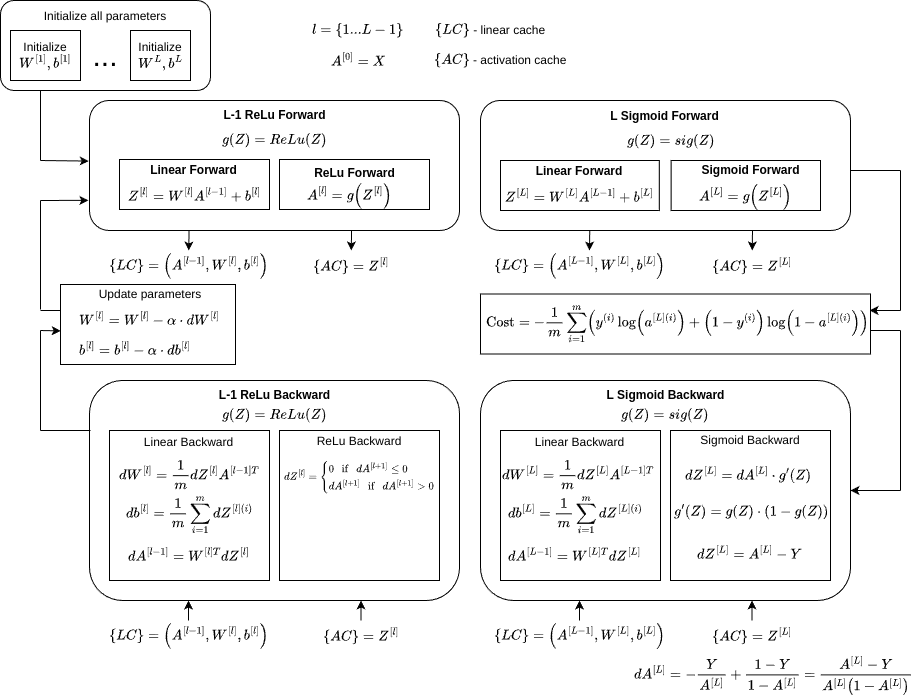
The draw.io diagram src/basic/images/deep_neural_network.png in denoming/cv-playground, before a commit. Source tidied: cells renumbered, new cells last; positions are measured from the earlier drawing's top-left corner, leaving out a move shared by most shapes.
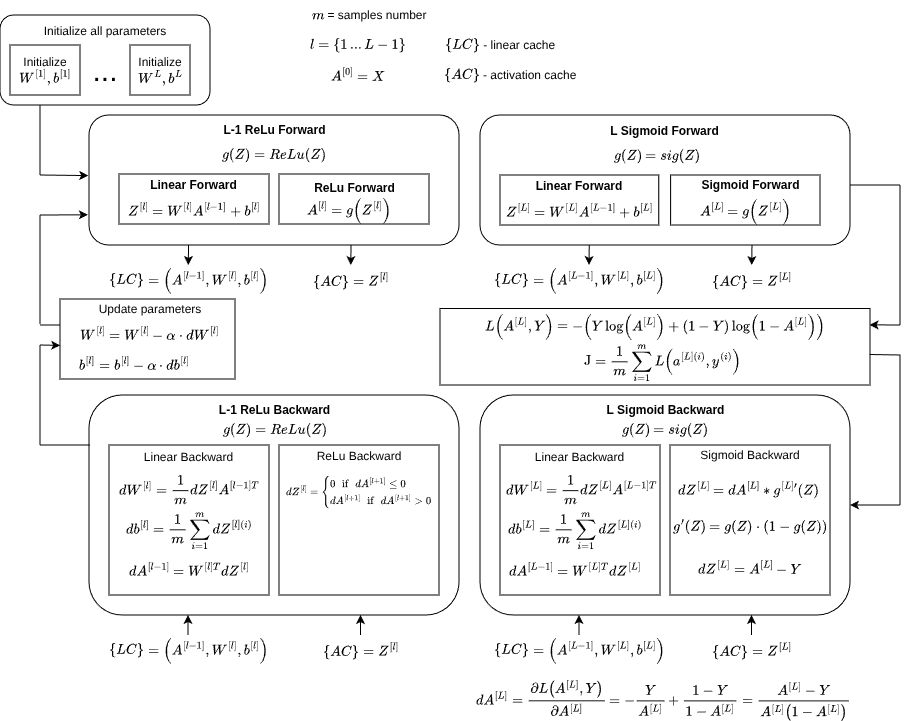
The same file after the commit.

Commit message:
chore: update deep NN scheme

Diff of the diagram source:
```diff
@@ -54,7 +54,7 @@
       <mxGeometry x="91.4" y="1" width="187.2" height="30" as="geometry" />
     </mxCell>
     <mxCell id="19" value="`g(Z)=sig(Z)`" style="text;html=1;align=center;verticalAlign=middle;whiteSpace=wrap;rounded=0;fontSize=12;" parent="8" vertex="1">
-      <mxGeometry x="157" y="26" width="67.3" height="30" as="geometry" />
+      <mxGeometry x="130" y="26" width="94.2" height="30" as="geometry" />
     </mxCell>
     <mxCell id="20" style="group;" parent="1" vertex="1">
       <mxGeometry x="89" y="100" width="370" height="130" as="geometry" />
@@ -87,7 +87,7 @@
       <mxGeometry x="101.5" width="167" height="30" as="geometry" />
     </mxCell>
     <mxCell id="30" value="`g(Z)=ReLu(Z)`" style="text;html=1;align=center;verticalAlign=middle;whiteSpace=wrap;rounded=0;fontSize=12;" parent="20" vertex="1">
-      <mxGeometry x="155" y="25" width="60" height="30" as="geometry" />
+      <mxGeometry x="130" y="25" width="110" height="30" as="geometry" />
     </mxCell>
     <mxCell id="31" value="`{LC} = (A^([L-1]), W^([L]), b^([L]))`" style="text;html=1;align=center;verticalAlign=middle;whiteSpace=wrap;rounded=0;" parent="1" vertex="1">
       <mxGeometry x="490" y="250" width="179" height="30" as="geometry" />
@@ -125,8 +125,8 @@
         <mxPoint x="751.5" y="600" as="targetPoint" />
       </mxGeometry>
     </mxCell>
-    <mxCell id="39" value="`dA^([L])=-Y/(A^([L]))+(1-Y)/(1-A^([L]))=(A^([L])-Y)/(A^([L])(1 - A^([L]))`" style="text;html=1;align=center;verticalAlign=middle;whiteSpace=wrap;rounded=0;" parent="1" vertex="1">
-      <mxGeometry x="667" y="660" width="213" height="30" as="geometry" />
+    <mxCell id="39" value="`dA^([L]) = (del L(A^([L]),Y)) / (del A^([L])) =-Y/(A^([L]))+(1-Y)/(1-A^([L]))=(A^([L])-Y)/(A^([L])(1 - A^([L]))`" style="text;html=1;align=center;verticalAlign=middle;whiteSpace=wrap;rounded=0;" parent="1" vertex="1">
+      <mxGeometry x="426.8" y="670" width="471.5" height="30" as="geometry" />
     </mxCell>
     <mxCell id="40" value="`{LC} = (A^([l-1]), W^([l]), b^([l]))`" style="text;html=1;align=center;verticalAlign=middle;whiteSpace=wrap;rounded=0;" parent="1" vertex="1">
       <mxGeometry x="99" y="250" width="179" height="30" as="geometry" />
@@ -171,7 +171,7 @@
       <mxGeometry x="4.7" y="105" width="150" height="40" as="geometry" />
     </mxCell>
     <mxCell id="52" value="`g(Z)=ReLu(Z)`" style="text;html=1;align=center;verticalAlign=middle;whiteSpace=wrap;rounded=0;fontSize=12;" parent="1" vertex="1">
-      <mxGeometry x="244" y="400" width="60" height="30" as="geometry" />
+      <mxGeometry x="220" y="400" width="110" height="30" as="geometry" />
     </mxCell>
     <mxCell id="53" style="rounded=0;whiteSpace=wrap;html=1;fontSize=12;" parent="1" vertex="1">
       <mxGeometry x="279" y="430" width="160" height="150" as="geometry" />
@@ -201,10 +201,10 @@
       </mxGeometry>
     </mxCell>
     <mxCell id="60" style="rounded=0;whiteSpace=wrap;html=1;" parent="1" vertex="1">
-      <mxGeometry x="480" y="293.5" width="390" height="60" as="geometry" />
+      <mxGeometry x="440" y="293.5" width="430" height="76.5" as="geometry" />
     </mxCell>
-    <mxCell id="61" value="`text{Cost} = -1/m sum_(i=1)^(m)(y^((i))log(a^([L](i)))+(1-y^((i)))log(1 - a^([L](i)))) `" style="text;html=1;align=center;verticalAlign=middle;whiteSpace=wrap;rounded=0;" parent="1" vertex="1">
-      <mxGeometry x="480" y="309" width="395" height="30" as="geometry" />
+    <mxCell id="61" value="`text{J} = 1/m sum_(i=1)^(m) L(a^([L](i)),y^((i)))`" style="text;html=1;align=center;verticalAlign=middle;whiteSpace=wrap;rounded=0;" parent="1" vertex="1">
+      <mxGeometry x="465" y="330" width="395" height="33" as="geometry" />
     </mxCell>
     <mxCell id="62" style="endArrow=none;html=1;rounded=0;" parent="1" edge="1">
       <mxGeometry relative="1" as="geometry">
@@ -218,21 +218,17 @@
         <mxPoint x="900" y="170" as="targetPoint" />
       </mxGeometry>
     </mxCell>
-    <mxCell id="64" style="endArrow=classic;html=1;rounded=0;entryX=0.985;entryY=0.031;entryDx=0;entryDy=0;entryPerimeter=0;" parent="1" edge="1" target="61">
+    <mxCell id="64" style="endArrow=classic;html=1;rounded=0;entryX=0.999;entryY=0.214;entryDx=0;entryDy=0;entryPerimeter=0;" parent="1" edge="1" target="60">
       <mxGeometry relative="1" as="geometry">
         <mxPoint x="900" y="310" as="sourcePoint" />
       </mxGeometry>
     </mxCell>
-    <mxCell id="65" style="endArrow=none;html=1;rounded=0;" parent="1" edge="1">
-      <mxGeometry relative="1" as="geometry">
-        <mxPoint x="870" y="330" as="sourcePoint" />
-        <mxPoint x="900" y="330" as="targetPoint" />
-      </mxGeometry>
-    </mxCell>
-    <mxCell id="66" style="endArrow=none;html=1;rounded=0;" parent="1" edge="1">
+    <mxCell id="66" style="endArrow=none;html=1;rounded=0;entryX=0.999;entryY=0.601;entryDx=0;entryDy=0;entryPerimeter=0;" parent="1" edge="1" target="60">
       <mxGeometry relative="1" as="geometry">
         <mxPoint x="900" y="490" as="sourcePoint" />
-        <mxPoint x="900" y="330" as="targetPoint" />
+        <Array as="points">
+          <mxPoint x="900" y="340" />
+        </Array>
       </mxGeometry>
     </mxCell>
     <mxCell id="67" style="endArrow=classic;html=1;rounded=0;entryX=1;entryY=0.5;entryDx=0;entryDy=0;" parent="1" edge="1" target="86">
@@ -307,10 +303,10 @@
       <mxGeometry x="304" y="45" width="108" height="30" as="geometry" />
     </mxCell>
     <mxCell id="83" value="`{LC}` - linear cache" style="text;html=1;align=center;verticalAlign=middle;whiteSpace=wrap;rounded=0;" parent="1" vertex="1">
-      <mxGeometry x="430" y="12.5" width="120" height="35" as="geometry" />
+      <mxGeometry x="440" y="12.5" width="120" height="35" as="geometry" />
     </mxCell>
     <mxCell id="84" value="`{AC}` - activation cache" style="text;html=1;align=center;verticalAlign=middle;whiteSpace=wrap;rounded=0;" parent="1" vertex="1">
-      <mxGeometry x="430" y="42.5" width="140" height="35" as="geometry" />
+      <mxGeometry x="440" y="42.5" width="140" height="35" as="geometry" />
     </mxCell>
     <mxCell id="85" style="group;" parent="1" vertex="1">
       <mxGeometry x="480" y="380" width="370" height="220" as="geometry" />
@@ -328,7 +324,7 @@
       <mxGeometry width="160" height="150" as="geometry" />
     </mxCell>
     <mxCell id="90" value="`dW^([L])=1/m dZ^([L])A^([L-1]T)`" style="text;html=1;align=center;verticalAlign=middle;whiteSpace=wrap;rounded=0;fontSize=12;" parent="88" vertex="1">
-      <mxGeometry x="3" y="28.9" width="150" height="31.1" as="geometry" />
+      <mxGeometry x="3" y="28.9" width="157" height="31.1" as="geometry" />
     </mxCell>
     <mxCell id="91" value="Linear Backward" style="text;html=1;align=center;verticalAlign=middle;whiteSpace=wrap;rounded=0;fontSize=12;" parent="88" vertex="1">
       <mxGeometry x="29.5" y="3.7" width="100.5" height="16.3" as="geometry" />
@@ -340,22 +336,28 @@
       <mxGeometry y="105" width="150" height="40" as="geometry" />
     </mxCell>
     <mxCell id="94" value="`g(Z)=sig(Z)`" style="text;html=1;align=center;verticalAlign=middle;whiteSpace=wrap;rounded=0;fontSize=12;" parent="85" vertex="1">
-      <mxGeometry x="155" y="20" width="60" height="30" as="geometry" />
+      <mxGeometry x="130" y="20" width="110" height="30" as="geometry" />
     </mxCell>
     <mxCell id="95" style="rounded=0;whiteSpace=wrap;html=1;fontSize=12;" parent="85" vertex="1">
       <mxGeometry x="190" y="50" width="160" height="150" as="geometry" />
     </mxCell>
-    <mxCell id="96" value="&lt;font&gt;`dZ^([L])=dA^([L])*g^(')(Z)`&lt;/font&gt;" style="text;html=1;align=center;verticalAlign=middle;whiteSpace=wrap;rounded=0;fontSize=12;" parent="85" vertex="1">
+    <mxCell id="96" value="&lt;font&gt;`dZ^([L])=dA^([L])**g^([L]')(Z)`&lt;/font&gt;" style="text;html=1;align=center;verticalAlign=middle;whiteSpace=wrap;rounded=0;fontSize=12;" parent="85" vertex="1">
       <mxGeometry x="193" y="81" width="151.2" height="26" as="geometry" />
     </mxCell>
     <mxCell id="97" value="Sigmoid Backward" style="text;html=1;align=center;verticalAlign=middle;whiteSpace=wrap;rounded=0;fontSize=12;" parent="85" vertex="1">
       <mxGeometry x="192" y="50" width="156" height="20" as="geometry" />
     </mxCell>
     <mxCell id="98" value="&lt;font&gt;`g^(')(Z)=g(Z)*(1-g(Z))`&lt;/font&gt;" style="text;html=1;align=center;verticalAlign=middle;whiteSpace=wrap;rounded=0;fontSize=12;" parent="85" vertex="1">
-      <mxGeometry x="207" y="116" width="128" height="30" as="geometry" />
+      <mxGeometry x="190" y="116" width="160" height="30" as="geometry" />
     </mxCell>
     <mxCell id="99" value="&lt;font&gt;`dZ^([L])=A^([L])-Y`&lt;/font&gt;" style="text;html=1;align=center;verticalAlign=middle;whiteSpace=wrap;rounded=0;fontSize=12;" parent="85" vertex="1">
       <mxGeometry x="194.4" y="160" width="151.2" height="26" as="geometry" />
     </mxCell>
+    <mxCell id="100" value="`L(A^([L]),Y) = -(Ylog(A^([L]))+(1-Y)log(1 - A^([L]))) `" style="text;html=1;align=center;verticalAlign=middle;whiteSpace=wrap;rounded=0;" parent="1" vertex="1">
+      <mxGeometry x="450" y="301" width="410" height="19" as="geometry" />
+    </mxCell>
+    <mxCell id="101" value="`m` = samples number" style="text;html=1;align=center;verticalAlign=middle;whiteSpace=wrap;rounded=0;" parent="1" vertex="1">
+      <mxGeometry x="308" y="-15" width="122" height="30" as="geometry" />
+    </mxCell>
   </root>
 </mxGraphModel>
```
